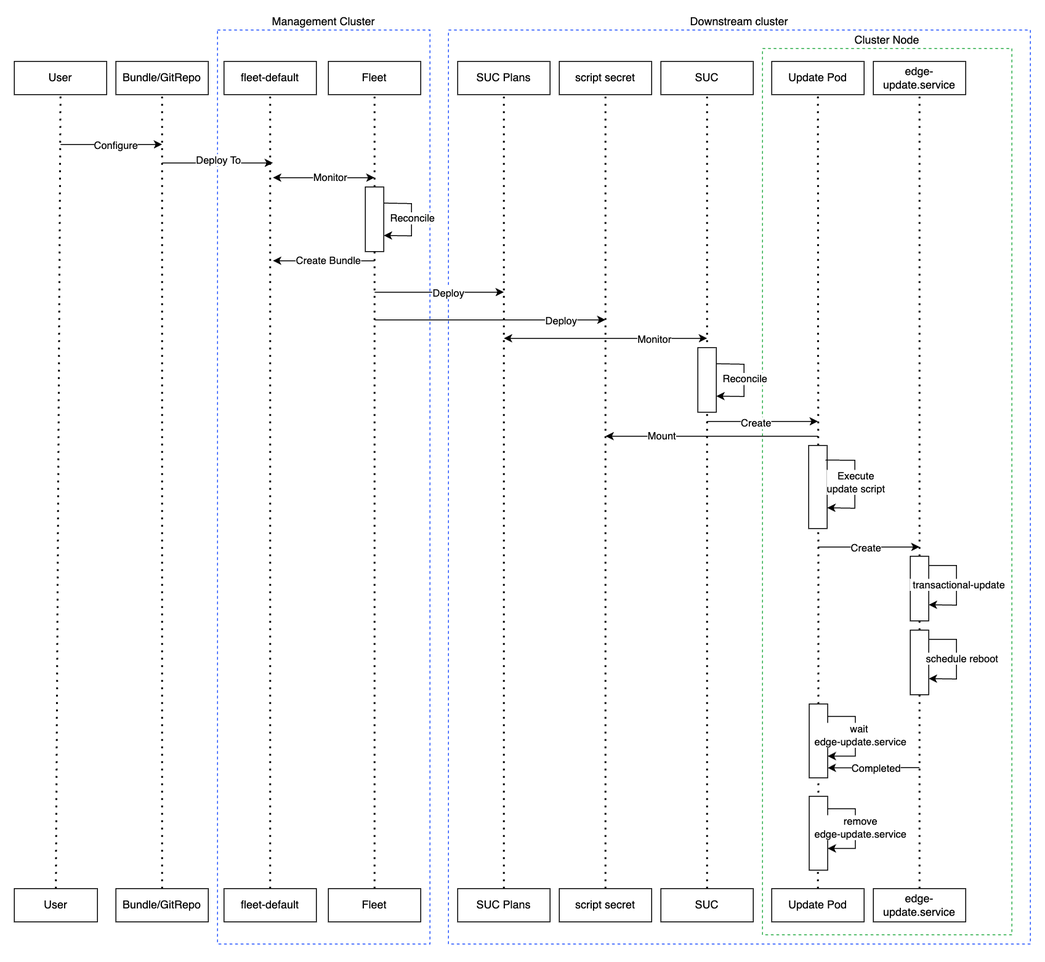
suse-edge/suse-edge.github.io keeps this draw.io diagram as asciidoc/images/day2_os_pkg_update_diagram.png. Above is the earlier version. Source tidied: cells renumbered, new cells last; positions are measured from the earlier drawing's top-left corner, leaving out a move shared by most shapes.
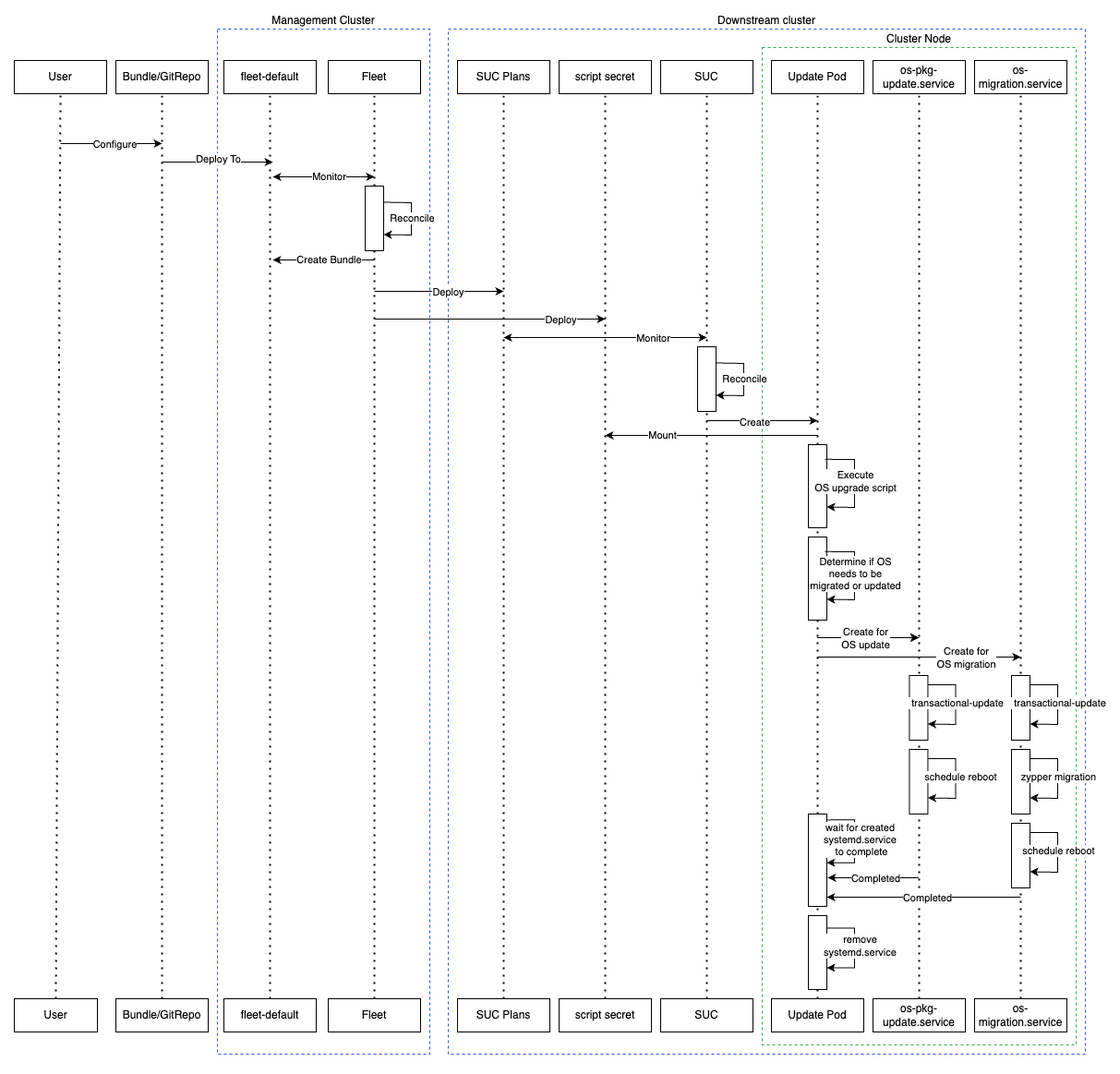
The same file after the commit.

Commit message:
Update OS docs to include migration process

Diff of the diagram source:
```diff
@@ -3,19 +3,19 @@
     <mxCell id="0" />
     <mxCell id="1" parent="0" />
     <mxCell id="2" value="Downstream cluster" style="rounded=0;whiteSpace=wrap;html=1;dashed=1;labelPosition=center;verticalLabelPosition=top;align=center;verticalAlign=bottom;strokeColor=#2353FF;fillColor=none;" parent="1" vertex="1">
-      <mxGeometry x="470" width="630" height="990" as="geometry" />
+      <mxGeometry x="470" width="690" height="1110" as="geometry" />
     </mxCell>
     <mxCell id="3" value="Cluster Node" style="rounded=0;whiteSpace=wrap;html=1;dashed=1;labelPosition=center;verticalLabelPosition=top;align=center;verticalAlign=bottom;strokeColor=#2AAD48;fillColor=none;" parent="1" vertex="1">
-      <mxGeometry x="810" y="20" width="270" height="960" as="geometry" />
+      <mxGeometry x="810" y="20" width="340" height="1080" as="geometry" />
     </mxCell>
     <mxCell id="4" value="Management Cluster" style="rounded=0;whiteSpace=wrap;html=1;dashed=1;labelPosition=center;verticalLabelPosition=top;align=center;verticalAlign=bottom;strokeColor=#2353FF;gradientColor=none;fillColor=none;" parent="1" vertex="1">
-      <mxGeometry x="220" width="230" height="990" as="geometry" />
+      <mxGeometry x="220" width="230" height="1110" as="geometry" />
     </mxCell>
     <mxCell id="5" value="User" style="rounded=0;whiteSpace=wrap;html=1;" parent="1" vertex="1">
       <mxGeometry y="34" width="100" height="36" as="geometry" />
     </mxCell>
     <mxCell id="6" value="User" style="rounded=0;whiteSpace=wrap;html=1;" parent="1" vertex="1">
-      <mxGeometry y="930" width="90" height="36" as="geometry" />
+      <mxGeometry y="1050" width="90" height="36" as="geometry" />
     </mxCell>
     <mxCell id="7" style="endArrow=none;dashed=1;html=1;dashPattern=1 3;strokeWidth=2;rounded=0;entryX=0.5;entryY=1;entryDx=0;entryDy=0;exitX=0.5;exitY=0;exitDx=0;exitDy=0;" parent="1" edge="1" source="6" target="5">
       <mxGeometry relative="1" as="geometry" />
@@ -24,7 +24,7 @@
       <mxGeometry x="110" y="34" width="100" height="36" as="geometry" />
     </mxCell>
     <mxCell id="9" value="Bundle/GitRepo" style="rounded=0;whiteSpace=wrap;html=1;" parent="1" vertex="1">
-      <mxGeometry x="110" y="930" width="100" height="36" as="geometry" />
+      <mxGeometry x="110" y="1050" width="100" height="36" as="geometry" />
     </mxCell>
     <mxCell id="10" style="endArrow=none;dashed=1;html=1;dashPattern=1 3;strokeWidth=2;rounded=0;entryX=0.5;entryY=1;entryDx=0;entryDy=0;exitX=0.5;exitY=0;exitDx=0;exitDy=0;" parent="1" edge="1" source="9" target="8">
       <mxGeometry relative="1" as="geometry" />
@@ -33,7 +33,7 @@
       <mxGeometry x="227" y="34" width="100" height="36" as="geometry" />
     </mxCell>
     <mxCell id="12" value="fleet-default" style="rounded=0;whiteSpace=wrap;html=1;" parent="1" vertex="1">
-      <mxGeometry x="227" y="930" width="100" height="36" as="geometry" />
+      <mxGeometry x="227" y="1050" width="100" height="36" as="geometry" />
     </mxCell>
     <mxCell id="13" style="endArrow=none;dashed=1;html=1;dashPattern=1 3;strokeWidth=2;rounded=0;entryX=0.5;entryY=1;entryDx=0;entryDy=0;exitX=0.5;exitY=0;exitDx=0;exitDy=0;" parent="1" edge="1" source="12" target="11">
       <mxGeometry relative="1" as="geometry" />
@@ -105,7 +105,7 @@
       <mxGeometry x="480" y="34" width="100" height="36" as="geometry" />
     </mxCell>
     <mxCell id="27" value="SUC Plans" style="rounded=0;whiteSpace=wrap;html=1;" parent="1" vertex="1">
-      <mxGeometry x="480" y="930" width="100" height="36" as="geometry" />
+      <mxGeometry x="480" y="1050" width="100" height="36" as="geometry" />
     </mxCell>
     <mxCell id="28" style="endArrow=none;dashed=1;html=1;dashPattern=1 3;strokeWidth=2;rounded=0;entryX=0.5;entryY=1;entryDx=0;entryDy=0;exitX=0.5;exitY=0;exitDx=0;exitDy=0;" parent="1" edge="1" source="27" target="26">
       <mxGeometry relative="1" as="geometry" />
@@ -125,7 +125,7 @@
       <mxGeometry x="590" y="34" width="100" height="36" as="geometry" />
     </mxCell>
     <mxCell id="32" value="script secret" style="rounded=0;whiteSpace=wrap;html=1;" parent="1" vertex="1">
-      <mxGeometry x="590" y="930" width="100" height="36" as="geometry" />
+      <mxGeometry x="590" y="1050" width="100" height="36" as="geometry" />
     </mxCell>
     <mxCell id="33" style="endArrow=none;dashed=1;html=1;dashPattern=1 3;strokeWidth=2;rounded=0;entryX=0.5;entryY=1;entryDx=0;entryDy=0;exitX=0.5;exitY=0;exitDx=0;exitDy=0;" parent="1" edge="1" source="32" target="31">
       <mxGeometry relative="1" as="geometry" />
@@ -145,7 +145,7 @@
       <mxGeometry x="700" y="34" width="100" height="36" as="geometry" />
     </mxCell>
     <mxCell id="37" value="SUC" style="rounded=0;whiteSpace=wrap;html=1;" parent="1" vertex="1">
-      <mxGeometry x="700" y="930" width="100" height="36" as="geometry" />
+      <mxGeometry x="700" y="1050" width="100" height="36" as="geometry" />
     </mxCell>
     <mxCell id="38" style="endArrow=none;dashed=1;html=1;dashPattern=1 3;strokeWidth=2;rounded=0;entryX=0.5;entryY=1;entryDx=0;entryDy=0;exitX=0.5;exitY=0;exitDx=0;exitDy=0;" parent="1" edge="1" source="37" target="36">
       <mxGeometry relative="1" as="geometry" />
@@ -181,7 +181,7 @@
       <mxGeometry x="820" y="34" width="100" height="36" as="geometry" />
     </mxCell>
     <mxCell id="45" value="Update Pod" style="rounded=0;whiteSpace=wrap;html=1;" parent="1" vertex="1">
-      <mxGeometry x="820" y="930" width="100" height="36" as="geometry" />
+      <mxGeometry x="820" y="1050" width="100" height="36" as="geometry" />
     </mxCell>
     <mxCell id="46" style="endArrow=none;dashed=1;html=1;dashPattern=1 3;strokeWidth=2;rounded=0;entryX=0.5;entryY=1;entryDx=0;entryDy=0;exitX=0.5;exitY=0;exitDx=0;exitDy=0;" parent="1" edge="1" source="66" target="44">
       <mxGeometry relative="1" as="geometry" />
@@ -219,29 +219,29 @@
         </Array>
       </mxGeometry>
     </mxCell>
-    <mxCell id="53" value="Execute &lt;br&gt;update script" style="edgeLabel;html=1;align=center;verticalAlign=middle;" parent="52" vertex="1">
+    <mxCell id="53" value="Execute &lt;br&gt;OS upgrade script" style="edgeLabel;html=1;align=center;verticalAlign=middle;" parent="52" vertex="1">
       <mxGeometry x="-0.09" y="-2" relative="1" as="geometry">
         <mxPoint x="2" y="3" as="offset" />
       </mxGeometry>
     </mxCell>
-    <mxCell id="54" value="edge-update.service" style="rounded=0;whiteSpace=wrap;html=1;" parent="1" vertex="1">
+    <mxCell id="54" value="os-pkg-update.service" style="rounded=0;whiteSpace=wrap;html=1;" parent="1" vertex="1">
       <mxGeometry x="930" y="34" width="100" height="36" as="geometry" />
     </mxCell>
-    <mxCell id="55" value="edge-update.service" style="rounded=0;whiteSpace=wrap;html=1;" parent="1" vertex="1">
-      <mxGeometry x="930" y="930" width="100" height="36" as="geometry" />
+    <mxCell id="55" value="os-pkg-update.service" style="rounded=0;whiteSpace=wrap;html=1;" parent="1" vertex="1">
+      <mxGeometry x="930" y="1050" width="100" height="36" as="geometry" />
     </mxCell>
     <mxCell id="56" style="endArrow=none;dashed=1;html=1;dashPattern=1 3;strokeWidth=2;rounded=0;entryX=0.5;entryY=1;entryDx=0;entryDy=0;exitX=0.5;exitY=0;exitDx=0;exitDy=0;" parent="1" edge="1" source="55" target="54">
       <mxGeometry relative="1" as="geometry" />
     </mxCell>
     <mxCell id="57" style="rounded=0;whiteSpace=wrap;html=1;" parent="1" vertex="1">
-      <mxGeometry x="970" y="570" width="20" height="70" as="geometry" />
+      <mxGeometry x="969.4" y="700" width="20" height="70" as="geometry" />
     </mxCell>
     <mxCell id="58" style="endArrow=classic;html=1;rounded=0;entryX=1;entryY=0.75;entryDx=0;entryDy=0;" parent="1" edge="1" target="57">
       <mxGeometry relative="1" as="geometry">
-        <mxPoint x="990" y="580" as="sourcePoint" />
+        <mxPoint x="989.4" y="710" as="sourcePoint" />
         <Array as="points">
-          <mxPoint x="1020" y="580" />
-          <mxPoint x="1020" y="623" />
+          <mxPoint x="1019.4" y="710" />
+          <mxPoint x="1019.4" y="753" />
         </Array>
       </mxGeometry>
     </mxCell>
@@ -252,8 +252,8 @@
     </mxCell>
     <mxCell id="60" style="endArrow=classic;html=1;rounded=0;" parent="1" edge="1">
       <mxGeometry relative="1" as="geometry">
-        <mxPoint x="870" y="560" as="sourcePoint" />
-        <mxPoint x="980" y="560" as="targetPoint" />
+        <mxPoint x="869.4" y="659" as="sourcePoint" />
+        <mxPoint x="979.4" y="659" as="targetPoint" />
       </mxGeometry>
     </mxCell>
     <mxCell id="61" value="Create" style="edgeLabel;html=1;align=center;verticalAlign=middle;" parent="60" vertex="1">
@@ -262,14 +262,14 @@
       </mxGeometry>
     </mxCell>
     <mxCell id="62" style="rounded=0;whiteSpace=wrap;html=1;" parent="1" vertex="1">
-      <mxGeometry x="970" y="650" width="20" height="70" as="geometry" />
+      <mxGeometry x="969.4" y="780" width="20" height="70" as="geometry" />
     </mxCell>
     <mxCell id="63" style="endArrow=classic;html=1;rounded=0;entryX=1;entryY=0.75;entryDx=0;entryDy=0;" parent="1" edge="1" target="62">
       <mxGeometry relative="1" as="geometry">
-        <mxPoint x="990" y="660" as="sourcePoint" />
+        <mxPoint x="989.4" y="790" as="sourcePoint" />
         <Array as="points">
-          <mxPoint x="1020" y="660" />
-          <mxPoint x="1020" y="703" />
+          <mxPoint x="1019.4" y="790" />
+          <mxPoint x="1019.4" y="833" />
         </Array>
       </mxGeometry>
     </mxCell>
@@ -282,45 +282,45 @@
       <mxGeometry relative="1" as="geometry" />
     </mxCell>
     <mxCell id="66" style="rounded=0;whiteSpace=wrap;html=1;" parent="1" vertex="1">
-      <mxGeometry x="860.6" y="730" width="20" height="80" as="geometry" />
+      <mxGeometry x="860" y="850" width="20" height="100" as="geometry" />
     </mxCell>
-    <mxCell id="67" style="endArrow=classic;html=1;rounded=0;entryX=1;entryY=0.75;entryDx=0;entryDy=0;" parent="1" edge="1">
+    <mxCell id="67" style="endArrow=classic;html=1;rounded=0;entryX=1;entryY=0.75;entryDx=0;entryDy=0;exitX=1.04;exitY=0.064;exitDx=0;exitDy=0;exitPerimeter=0;" parent="1" edge="1" source="66">
       <mxGeometry relative="1" as="geometry">
-        <mxPoint x="880.6" y="743.5" as="sourcePoint" />
-        <mxPoint x="880.6" y="786.5" as="targetPoint" />
+        <mxPoint x="880" y="902.7" as="targetPoint" />
         <Array as="points">
-          <mxPoint x="910.6" y="743.5" />
-          <mxPoint x="910.6" y="786.5" />
+          <mxPoint x="910" y="856.2" />
+          <mxPoint x="910" y="859.7" />
+          <mxPoint x="910" y="902.7" />
         </Array>
       </mxGeometry>
     </mxCell>
-    <mxCell id="68" value="wait&amp;nbsp;&lt;br&gt;edge-update.service" style="edgeLabel;html=1;align=center;verticalAlign=middle;" parent="67" vertex="1">
+    <mxCell id="68" value="wait for created&lt;br&gt;systemd.service&lt;br&gt;&amp;nbsp;to complete" style="edgeLabel;html=1;align=center;verticalAlign=middle;" parent="67" vertex="1">
       <mxGeometry x="-0.09" y="-2" relative="1" as="geometry">
         <mxPoint x="7" y="3" as="offset" />
       </mxGeometry>
     </mxCell>
-    <mxCell id="69" style="endArrow=classic;html=1;rounded=0;entryX=0.998;entryY=0.865;entryDx=0;entryDy=0;entryPerimeter=0;" parent="1" edge="1" target="66">
+    <mxCell id="69" style="endArrow=classic;html=1;rounded=0;entryX=1.05;entryY=0.69;entryDx=0;entryDy=0;entryPerimeter=0;" parent="1" edge="1" target="66">
       <mxGeometry relative="1" as="geometry">
-        <mxPoint x="980" y="799" as="sourcePoint" />
+        <mxPoint x="979.4" y="919" as="sourcePoint" />
       </mxGeometry>
     </mxCell>
     <mxCell id="70" value="Completed" style="edgeLabel;html=1;align=center;verticalAlign=middle;" parent="69" vertex="1">
       <mxGeometry x="-0.04" relative="1" as="geometry" />
     </mxCell>
     <mxCell id="71" style="rounded=0;whiteSpace=wrap;html=1;" parent="1" vertex="1">
-      <mxGeometry x="860.6" y="830" width="20" height="80" as="geometry" />
+      <mxGeometry x="860" y="960" width="20" height="80" as="geometry" />
     </mxCell>
     <mxCell id="72" style="endArrow=classic;html=1;rounded=0;entryX=1;entryY=0.75;entryDx=0;entryDy=0;" parent="1" edge="1">
       <mxGeometry relative="1" as="geometry">
-        <mxPoint x="880.6" y="843.5" as="sourcePoint" />
-        <mxPoint x="880.6" y="886.5" as="targetPoint" />
+        <mxPoint x="880" y="973.5" as="sourcePoint" />
+        <mxPoint x="880" y="1016.5" as="targetPoint" />
         <Array as="points">
-          <mxPoint x="910.6" y="843.5" />
-          <mxPoint x="910.6" y="886.5" />
+          <mxPoint x="910" y="973.5" />
+          <mxPoint x="910" y="1016.5" />
         </Array>
       </mxGeometry>
     </mxCell>
-    <mxCell id="73" value="remove&lt;br&gt;edge-update.service" style="edgeLabel;html=1;align=center;verticalAlign=middle;" parent="72" vertex="1">
+    <mxCell id="73" value="remove&lt;br&gt;systemd.service" style="edgeLabel;html=1;align=center;verticalAlign=middle;" parent="72" vertex="1">
       <mxGeometry x="-0.09" y="-2" relative="1" as="geometry">
         <mxPoint x="7" y="3" as="offset" />
       </mxGeometry>
@@ -329,13 +329,120 @@
       <mxGeometry x="340" y="34" width="100" height="36" as="geometry" />
     </mxCell>
     <mxCell id="75" value="Fleet" style="rounded=0;whiteSpace=wrap;html=1;" parent="1" vertex="1">
-      <mxGeometry x="340" y="930" width="100" height="36" as="geometry" />
+      <mxGeometry x="340" y="1050" width="100" height="36" as="geometry" />
     </mxCell>
     <mxCell id="76" style="edgeStyle=orthogonalEdgeStyle;rounded=0;orthogonalLoop=1;jettySize=auto;html=1;exitX=0.5;exitY=1;exitDx=0;exitDy=0;" parent="1" edge="1">
       <mxGeometry relative="1" as="geometry">
-        <mxPoint x="335" y="986" as="sourcePoint" />
-        <mxPoint x="335" y="986" as="targetPoint" />
+        <mxPoint x="335" y="1106" as="sourcePoint" />
+        <mxPoint x="335" y="1106" as="targetPoint" />
       </mxGeometry>
     </mxCell>
+    <mxCell id="77" value="os-migration.service" style="rounded=0;whiteSpace=wrap;html=1;" parent="1" vertex="1">
+      <mxGeometry x="1040" y="34" width="100" height="36" as="geometry" />
+    </mxCell>
+    <mxCell id="78" value="os-migration.service" style="rounded=0;whiteSpace=wrap;html=1;" parent="1" vertex="1">
+      <mxGeometry x="1040" y="1050" width="100" height="36" as="geometry" />
+    </mxCell>
+    <mxCell id="79" style="endArrow=none;dashed=1;html=1;dashPattern=1 3;strokeWidth=2;rounded=0;entryX=0.5;entryY=1;entryDx=0;entryDy=0;exitX=0.5;exitY=0;exitDx=0;exitDy=0;" parent="1" edge="1" source="78" target="77">
+      <mxGeometry relative="1" as="geometry" />
+    </mxCell>
+    <mxCell id="80" style="rounded=0;whiteSpace=wrap;html=1;" parent="1" vertex="1">
+      <mxGeometry x="860" y="550" width="20" height="90" as="geometry" />
+    </mxCell>
+    <mxCell id="81" style="endArrow=classic;html=1;rounded=0;exitX=0.905;exitY=0.176;exitDx=0;exitDy=0;entryX=1;entryY=0.75;entryDx=0;entryDy=0;exitPerimeter=0;" parent="1" edge="1" source="80" target="80">
+      <mxGeometry relative="1" as="geometry">
+        <Array as="points">
+          <mxPoint x="910" y="566" />
+          <mxPoint x="910" y="618" />
+        </Array>
+      </mxGeometry>
+    </mxCell>
+    <mxCell id="82" value="Determine if OS&lt;br&gt;needs to be &lt;br&gt;migrated or updated" style="edgeLabel;html=1;align=center;verticalAlign=middle;" parent="81" vertex="1">
+      <mxGeometry x="-0.09" y="-2" relative="1" as="geometry">
+        <mxPoint x="2" y="3" as="offset" />
+      </mxGeometry>
+    </mxCell>
+    <mxCell id="83" style="endArrow=classic;html=1;rounded=0;" parent="1" edge="1">
+      <mxGeometry relative="1" as="geometry">
+        <mxPoint x="870" y="659" as="sourcePoint" />
+        <mxPoint x="980" y="659" as="targetPoint" />
+      </mxGeometry>
+    </mxCell>
+    <mxCell id="84" value="Create for &lt;br&gt;OS update" style="edgeLabel;html=1;align=center;verticalAlign=middle;" parent="83" vertex="1">
+      <mxGeometry x="-0.14" y="-3" relative="1" as="geometry">
+        <mxPoint x="4" y="-3" as="offset" />
+      </mxGeometry>
+    </mxCell>
+    <mxCell id="85" style="endArrow=classic;html=1;rounded=0;" parent="1" edge="1">
+      <mxGeometry relative="1" as="geometry">
+        <mxPoint x="870" y="680" as="sourcePoint" />
+        <mxPoint x="1090" y="680" as="targetPoint" />
+      </mxGeometry>
+    </mxCell>
+    <mxCell id="86" value="Create for&lt;br&gt;OS migration" style="edgeLabel;html=1;align=center;verticalAlign=middle;" parent="85" vertex="1">
+      <mxGeometry x="-0.14" y="-3" relative="1" as="geometry">
+        <mxPoint x="66" y="-3" as="offset" />
+      </mxGeometry>
+    </mxCell>
+    <mxCell id="87" style="rounded=0;whiteSpace=wrap;html=1;" parent="1" vertex="1">
+      <mxGeometry x="1080" y="700" width="20" height="70" as="geometry" />
+    </mxCell>
+    <mxCell id="88" style="endArrow=classic;html=1;rounded=0;entryX=1;entryY=0.75;entryDx=0;entryDy=0;" parent="1" edge="1" target="87">
+      <mxGeometry relative="1" as="geometry">
+        <mxPoint x="1100" y="710" as="sourcePoint" />
+        <Array as="points">
+          <mxPoint x="1130" y="710" />
+          <mxPoint x="1130" y="753" />
+        </Array>
+      </mxGeometry>
+    </mxCell>
+    <mxCell id="89" value="&amp;nbsp;transactional-update" style="edgeLabel;html=1;align=center;verticalAlign=middle;" parent="88" vertex="1">
+      <mxGeometry x="-0.09" y="-2" relative="1" as="geometry">
+        <mxPoint x="2" y="3" as="offset" />
+      </mxGeometry>
+    </mxCell>
+    <mxCell id="90" style="rounded=0;whiteSpace=wrap;html=1;" parent="1" vertex="1">
+      <mxGeometry x="1080" y="780" width="20" height="70" as="geometry" />
+    </mxCell>
+    <mxCell id="91" style="endArrow=classic;html=1;rounded=0;entryX=1;entryY=0.75;entryDx=0;entryDy=0;" parent="1" edge="1" target="90">
+      <mxGeometry relative="1" as="geometry">
+        <mxPoint x="1100" y="790" as="sourcePoint" />
+        <Array as="points">
+          <mxPoint x="1130" y="790" />
+          <mxPoint x="1130" y="833" />
+        </Array>
+      </mxGeometry>
+    </mxCell>
+    <mxCell id="92" value="zypper migration" style="edgeLabel;html=1;align=center;verticalAlign=middle;" parent="91" vertex="1">
+      <mxGeometry x="-0.09" y="-2" relative="1" as="geometry">
+        <mxPoint x="2" y="3" as="offset" />
+      </mxGeometry>
+    </mxCell>
+    <mxCell id="93" style="rounded=0;whiteSpace=wrap;html=1;" parent="1" vertex="1">
+      <mxGeometry x="1080" y="860" width="20" height="70" as="geometry" />
+    </mxCell>
+    <mxCell id="94" style="endArrow=classic;html=1;rounded=0;entryX=1;entryY=0.75;entryDx=0;entryDy=0;" parent="1" edge="1" target="93">
+      <mxGeometry relative="1" as="geometry">
+        <mxPoint x="1100" y="870" as="sourcePoint" />
+        <Array as="points">
+          <mxPoint x="1130" y="870" />
+          <mxPoint x="1130" y="913" />
+        </Array>
+      </mxGeometry>
+    </mxCell>
+    <mxCell id="95" value="schedule reboot" style="edgeLabel;html=1;align=center;verticalAlign=middle;" parent="94" vertex="1">
+      <mxGeometry x="-0.09" y="-2" relative="1" as="geometry">
+        <mxPoint x="2" y="3" as="offset" />
+      </mxGeometry>
+    </mxCell>
+    <mxCell id="96" style="endArrow=classic;html=1;rounded=0;entryX=1.05;entryY=0.69;entryDx=0;entryDy=0;entryPerimeter=0;" parent="1" edge="1">
+      <mxGeometry relative="1" as="geometry">
+        <mxPoint x="1090" y="940" as="sourcePoint" />
+        <mxPoint x="880" y="940" as="targetPoint" />
+      </mxGeometry>
+    </mxCell>
+    <mxCell id="97" value="Completed" style="edgeLabel;html=1;align=center;verticalAlign=middle;" parent="96" vertex="1">
+      <mxGeometry x="-0.04" relative="1" as="geometry" />
+    </mxCell>
   </root>
 </mxGraphModel>
```
